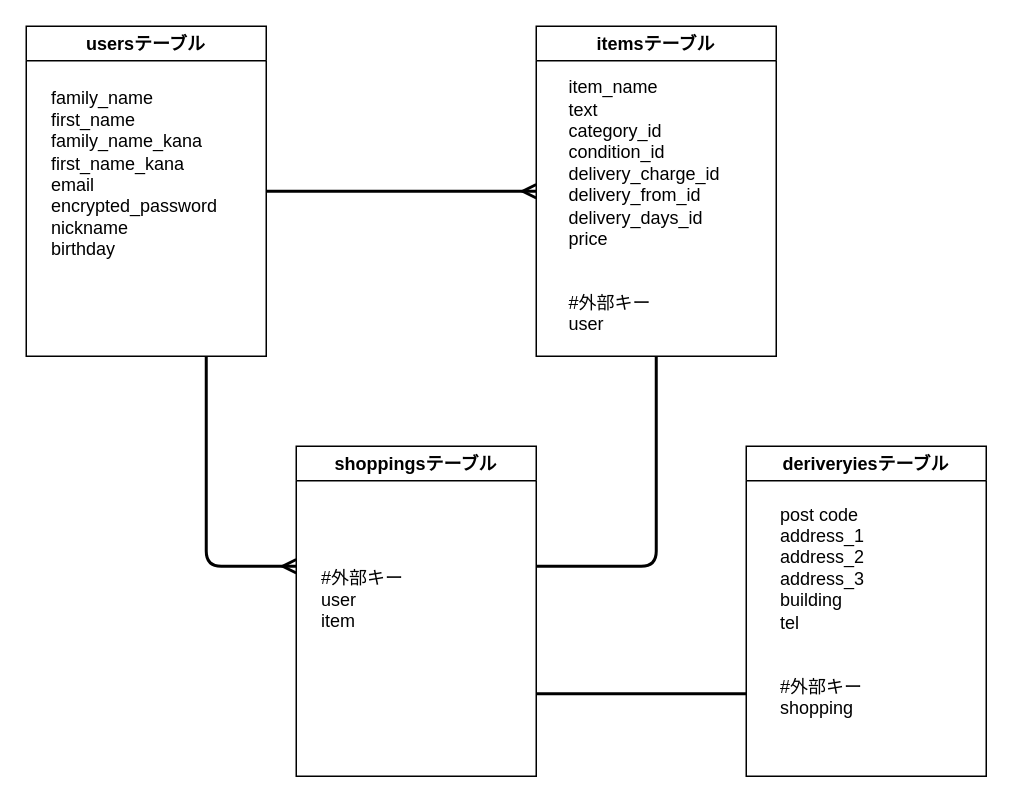
Above: test.dio in mm913/furima-37151 (draw.io), before the change. Source tidied: cells renumbered, new cells numbered last; positions are measured from the earlier drawing's top-left corner, leaving out a move shared by most shapes. Both pictures are drawn from the tidied source at 150%, with x=0, y=0 at pixel (26, 26).
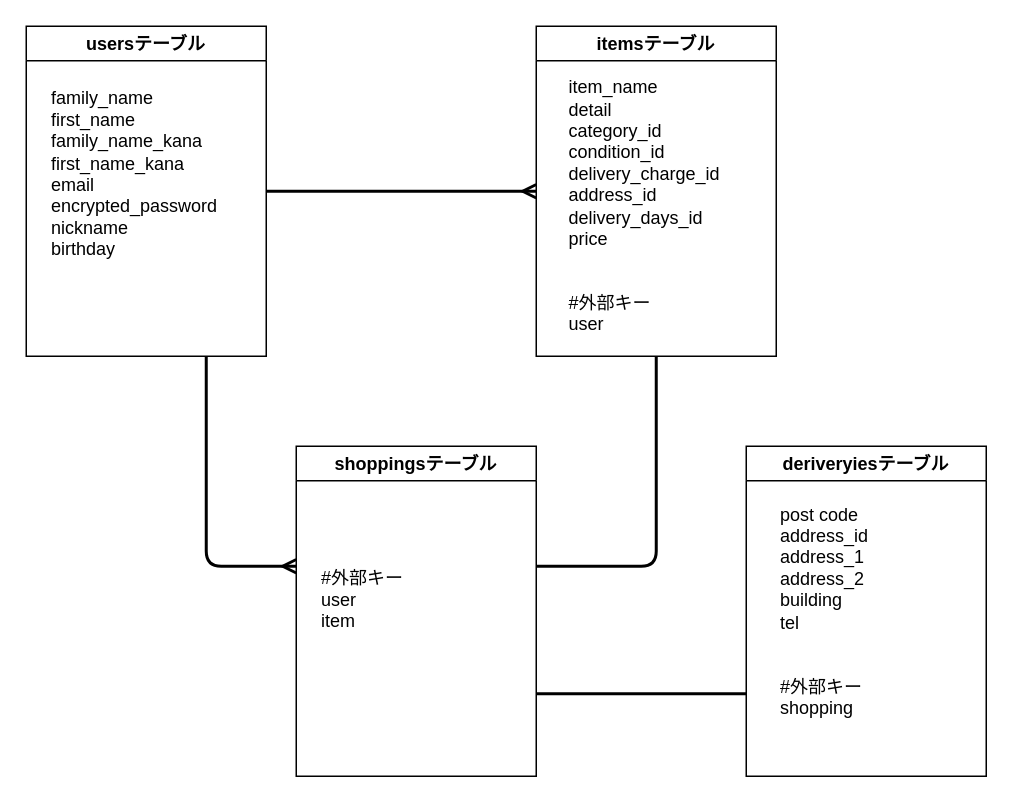
The same diagram, later.

Commit message (it also covers changes not shown here):
ER図の作成とREADMEの記述【修正2】

The edit, as a diff of the source:
```diff
@@
 <mxGraphModel>
   <root>
     <mxCell id="0" />
     <mxCell id="1" parent="0" />
     <mxCell id="2" style="edgeStyle=none;html=1;endArrow=ERmany;endFill=0;entryX=0;entryY=0.5;entryDx=0;entryDy=0;strokeWidth=2;jumpSize=7;targetPerimeterSpacing=12;" parent="1" edge="1" target="7">
       <mxGeometry relative="1" as="geometry">
         <mxPoint x="160" y="110" as="sourcePoint" />
       </mxGeometry>
     </mxCell>
     <mxCell id="3" style="edgeStyle=orthogonalEdgeStyle;jumpSize=7;html=1;exitX=0.75;exitY=1;exitDx=0;exitDy=0;endArrow=ERmany;endFill=0;strokeWidth=2;" parent="1" edge="1" source="4">
       <mxGeometry relative="1" as="geometry">
         <mxPoint x="180" y="360" as="targetPoint" />
         <Array as="points">
           <mxPoint x="120" y="360" />
         </Array>
       </mxGeometry>
     </mxCell>
     <mxCell id="4" value="usersテーブル" style="swimlane;" parent="1" vertex="1">
       <mxGeometry width="160" height="220" as="geometry" />
     </mxCell>
     <mxCell id="5" value="family_name&lt;br&gt;first_name&lt;br&gt;family_name_kana&lt;br&gt;first_name_kana&lt;br&gt;email&lt;br&gt;&lt;div&gt;&lt;span&gt;encrypted_password&lt;/span&gt;&lt;/div&gt;&lt;div&gt;&lt;span&gt;nickname&lt;/span&gt;&lt;/div&gt;&lt;div&gt;&lt;span&gt;birthday&lt;/span&gt;&lt;/div&gt;&lt;div&gt;&lt;span&gt;&lt;br&gt;&lt;/span&gt;&lt;/div&gt;&lt;div&gt;&lt;span&gt;&lt;br&gt;&lt;/span&gt;&lt;/div&gt;&lt;div&gt;&lt;br&gt;&lt;/div&gt;" style="text;html=1;align=left;verticalAlign=middle;fillColor=none;strokeColor=none;rounded=0;dashed=1;" parent="4" vertex="1">
       <mxGeometry x="15" y="45" width="130" height="150" as="geometry" />
     </mxCell>
     <mxCell id="6" style="edgeStyle=orthogonalEdgeStyle;jumpSize=7;html=1;exitX=0.5;exitY=1;exitDx=0;exitDy=0;endArrow=none;endFill=0;strokeWidth=2;" parent="1" edge="1" source="7">
       <mxGeometry relative="1" as="geometry">
         <mxPoint x="340" y="360" as="targetPoint" />
         <Array as="points">
           <mxPoint x="420" y="360" />
           <mxPoint x="360" y="360" />
         </Array>
       </mxGeometry>
     </mxCell>
     <mxCell id="7" value="itemsテーブル" style="swimlane;" parent="1" vertex="1">
       <mxGeometry x="340" width="160" height="220" as="geometry" />
     </mxCell>
-    <mxCell id="8" value="item_name&lt;br&gt;text&lt;br&gt;category_id&lt;br&gt;condition_id&lt;br&gt;delivery_charge_id&lt;br&gt;delivery_from_id&lt;br&gt;delivery_days_id&lt;br&gt;price&lt;br&gt;&lt;br&gt;&lt;br&gt;#外部キー&lt;br&gt;user" style="text;html=1;align=left;verticalAlign=middle;fillColor=none;strokeColor=none;rounded=0;dashed=1;" parent="7" vertex="1">
+    <mxCell id="8" value="item_name&lt;br&gt;detail&lt;br&gt;category_id&lt;br&gt;condition_id&lt;br&gt;delivery_charge_id&lt;br&gt;address_id&lt;br&gt;delivery_days_id&lt;br&gt;price&lt;br&gt;&lt;br&gt;&lt;br&gt;#外部キー&lt;br&gt;user" style="text;html=1;align=left;verticalAlign=middle;fillColor=none;strokeColor=none;rounded=0;dashed=1;" parent="7" vertex="1">
       <mxGeometry x="20" y="35" width="120" height="170" as="geometry" />
     </mxCell>
     <mxCell id="9" style="edgeStyle=none;jumpSize=7;html=1;exitX=1;exitY=0.75;exitDx=0;exitDy=0;entryX=0;entryY=0.75;entryDx=0;entryDy=0;endArrow=none;endFill=0;strokeWidth=2;" parent="1" edge="1" source="10" target="12">
       <mxGeometry relative="1" as="geometry" />
     </mxCell>
     <mxCell id="10" value="shoppingsテーブル" style="swimlane;" parent="1" vertex="1">
       <mxGeometry x="180" y="280" width="160" height="220" as="geometry" />
     </mxCell>
     <mxCell id="11" value="&lt;br&gt;&lt;div&gt;&lt;span&gt;#外部キー&lt;/span&gt;&lt;/div&gt;&lt;div&gt;user&lt;/div&gt;&lt;div&gt;&lt;span&gt;i&lt;/span&gt;&lt;span&gt;tem&lt;/span&gt;&lt;/div&gt;" style="text;html=1;align=left;verticalAlign=middle;fillColor=none;strokeColor=none;rounded=0;dashed=1;" parent="10" vertex="1">
       <mxGeometry x="15" y="65" width="70" height="60" as="geometry" />
     </mxCell>
     <mxCell id="12" value="deriveryiesテーブル" style="swimlane;" parent="1" vertex="1">
       <mxGeometry x="480" y="280" width="160" height="220" as="geometry" />
     </mxCell>
-    <mxCell id="13" value="post code&lt;br&gt;address_1&lt;br&gt;address_2&lt;br&gt;address_3&lt;br&gt;building&lt;br&gt;tel&lt;br&gt;&lt;br&gt;&lt;br&gt;#外部キー&lt;br&gt;shopping" style="text;html=1;align=left;verticalAlign=middle;fillColor=none;strokeColor=none;rounded=0;dashed=1;" parent="12" vertex="1">
+    <mxCell id="13" value="post code&lt;br&gt;address_id&lt;br&gt;address_1&lt;br&gt;address_2&lt;br&gt;building&lt;br&gt;tel&lt;br&gt;&lt;br&gt;&lt;br&gt;#外部キー&lt;br&gt;shopping" style="text;html=1;align=left;verticalAlign=middle;fillColor=none;strokeColor=none;rounded=0;dashed=1;" parent="12" vertex="1">
       <mxGeometry x="21" y="40" width="70" height="140" as="geometry" />
     </mxCell>
   </root>
 </mxGraphModel>
```
